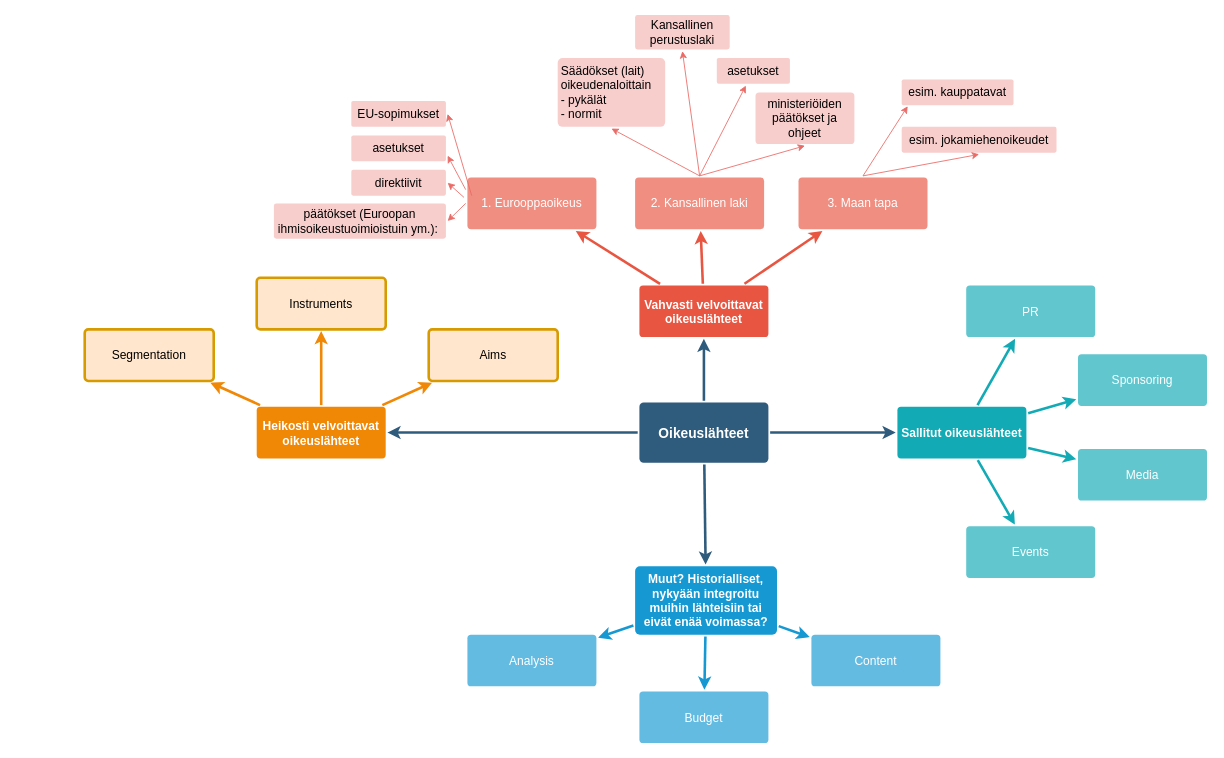
This is Untitled Diagram.drawio from fellower/docs, a draw.io file, before an edit. Source tidied: cells renumbered, new cells numbered last; positions are measured from the earlier drawing's top-left corner, leaving out a move shared by most shapes. Both pictures are drawn from the tidied source at 86%, with x=0, y=0 at pixel (84, 15).
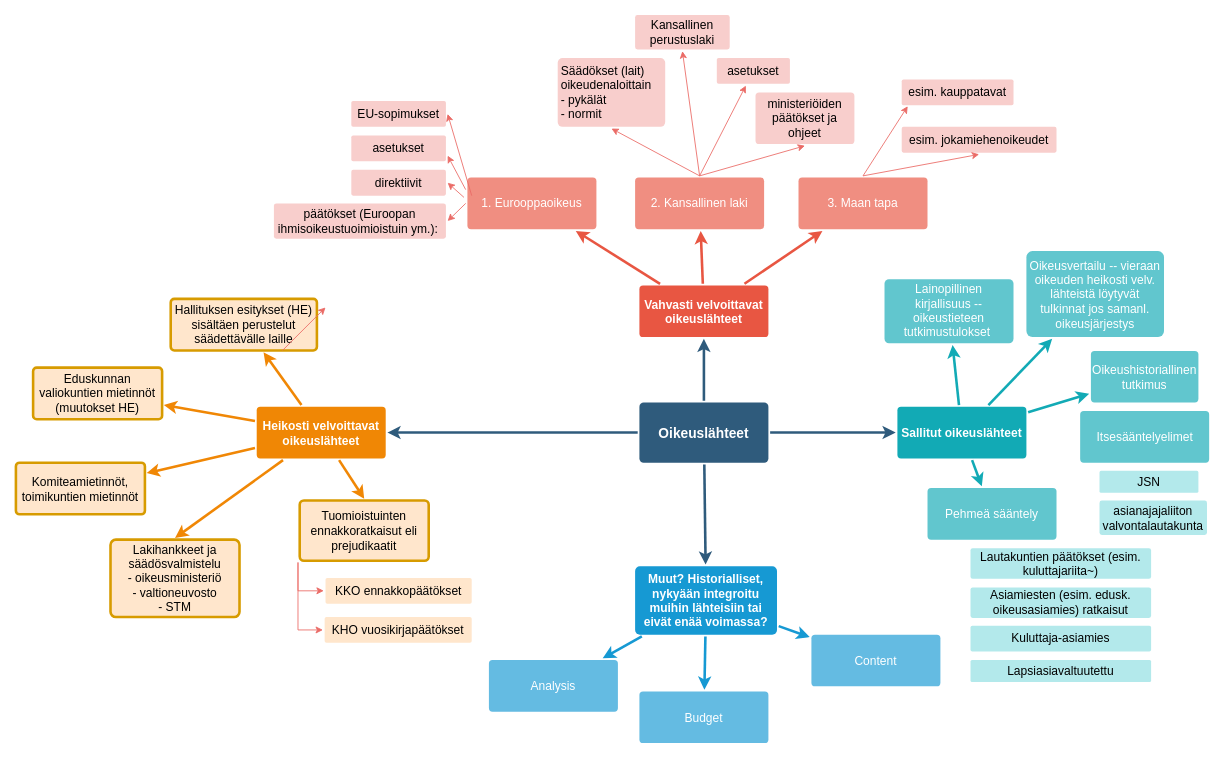
The same page after the edit.

Unchanged cells that the change refers to:
```xml
<mxCell id="21" value="Heikosti velvoittavat oikeuslähteet" style="rounded=1;whiteSpace=wrap;html=1;shadow=0;labelBackgroundColor=none;strokeColor=none;strokeWidth=3;fillColor=#F08705;fontFamily=Helvetica;fontSize=14;fontColor=#FFFFFF;align=center;spacing=5;fontStyle=1;arcSize=7;perimeterSpacing=2;" parent="1" vertex="1">
  <mxGeometry x="200" y="455.5" width="150" height="60" as="geometry" />
</mxCell>
```

Change to the diagram source:
```diff
@@
     <mxCell id="20" value="Analysis" style="rounded=1;whiteSpace=wrap;html=1;shadow=0;labelBackgroundColor=none;strokeColor=none;strokeWidth=3;fillColor=#64bbe2;fontFamily=Helvetica;fontSize=14;fontColor=#FFFFFF;align=center;spacing=5;arcSize=7;perimeterSpacing=2;" parent="1" vertex="1">
-      <mxGeometry x="445" y="720.5" width="150" height="60" as="geometry" />
+      <mxGeometry x="470" y="750" width="150" height="60" as="geometry" />
     </mxCell>
@@
-    <mxCell id="22" value="Aims&lt;br&gt;" style="rounded=1;whiteSpace=wrap;html=1;shadow=0;labelBackgroundColor=none;strokeColor=#d79b00;strokeWidth=3;fillColor=#ffe6cc;fontFamily=Helvetica;fontSize=14;align=center;spacing=5;arcSize=7;perimeterSpacing=2;" parent="1" vertex="1">
-      <mxGeometry x="400" y="365.5" width="150" height="60" as="geometry" />
+    <mxCell id="22" value="Hallituksen esitykset (HE) sisältäen perustelut säädettävälle laille" style="rounded=1;whiteSpace=wrap;html=1;shadow=0;labelBackgroundColor=none;strokeColor=#d79b00;strokeWidth=3;fillColor=#ffe6cc;fontFamily=Helvetica;fontSize=14;align=center;spacing=5;arcSize=7;perimeterSpacing=2;" parent="1" vertex="1">
+      <mxGeometry x="100" y="330" width="170" height="60" as="geometry" />
     </mxCell>
@@
-    <mxCell id="24" value="Instruments" style="rounded=1;whiteSpace=wrap;html=1;shadow=0;labelBackgroundColor=none;strokeColor=#d79b00;strokeWidth=3;fillColor=#ffe6cc;fontFamily=Helvetica;fontSize=14;align=center;spacing=5;arcSize=7;perimeterSpacing=2;" parent="1" vertex="1">
-      <mxGeometry x="200" y="305.5" width="150" height="60" as="geometry" />
+    <mxCell id="24" value="Eduskunnan valiokuntien mietinnöt (muutokset HE)" style="rounded=1;whiteSpace=wrap;html=1;shadow=0;labelBackgroundColor=none;strokeColor=#d79b00;strokeWidth=3;fillColor=#ffe6cc;fontFamily=Helvetica;fontSize=14;align=center;spacing=5;arcSize=7;perimeterSpacing=2;" parent="1" vertex="1">
+      <mxGeometry x="-60" y="410" width="150" height="60" as="geometry" />
     </mxCell>
@@
-    <mxCell id="26" value="Segmentation" style="rounded=1;whiteSpace=wrap;html=1;shadow=0;labelBackgroundColor=none;strokeColor=#d79b00;strokeWidth=3;fillColor=#ffe6cc;fontFamily=Helvetica;fontSize=14;align=center;spacing=5;arcSize=7;perimeterSpacing=2;" parent="1" vertex="1">
-      <mxGeometry y="365.5" width="150" height="60" as="geometry" />
+    <mxCell id="26" value="Komiteamietinnöt, toimikuntien mietinnöt" style="rounded=1;whiteSpace=wrap;html=1;shadow=0;labelBackgroundColor=none;strokeColor=#d79b00;strokeWidth=3;fillColor=#ffe6cc;fontFamily=Helvetica;fontSize=14;align=center;spacing=5;arcSize=7;perimeterSpacing=2;" parent="1" vertex="1">
+      <mxGeometry x="-80" y="520.5" width="150" height="60" as="geometry" />
     </mxCell>
@@
-    <mxCell id="29" value="Events" style="rounded=1;whiteSpace=wrap;html=1;shadow=0;labelBackgroundColor=none;strokeColor=none;strokeWidth=3;fillColor=#61c6ce;fontFamily=Helvetica;fontSize=14;fontColor=#FFFFFF;align=center;spacing=5;fontStyle=0;arcSize=7;perimeterSpacing=2;" parent="1" vertex="1">
-      <mxGeometry x="1025" y="594.5" width="150" height="60" as="geometry" />
+    <mxCell id="29" value="Pehmeä sääntely" style="rounded=1;whiteSpace=wrap;html=1;shadow=0;labelBackgroundColor=none;strokeColor=none;strokeWidth=3;fillColor=#61c6ce;fontFamily=Helvetica;fontSize=14;fontColor=#FFFFFF;align=center;spacing=5;fontStyle=0;arcSize=7;perimeterSpacing=2;" parent="1" vertex="1">
+      <mxGeometry x="980" y="550" width="150" height="60" as="geometry" />
     </mxCell>
@@
-    <mxCell id="31" value="Media" style="rounded=1;whiteSpace=wrap;html=1;shadow=0;labelBackgroundColor=none;strokeColor=none;strokeWidth=3;fillColor=#61c6ce;fontFamily=Helvetica;fontSize=14;fontColor=#FFFFFF;align=center;spacing=5;fontStyle=0;arcSize=7;perimeterSpacing=2;" parent="1" vertex="1">
-      <mxGeometry x="1155" y="504.5" width="150" height="60" as="geometry" />
+    <mxCell id="31" value="Oikeushistoriallinen tutkimus" style="rounded=1;whiteSpace=wrap;html=1;shadow=0;labelBackgroundColor=none;strokeColor=none;strokeWidth=3;fillColor=#61c6ce;fontFamily=Helvetica;fontSize=14;fontColor=#FFFFFF;align=center;spacing=5;fontStyle=0;arcSize=7;perimeterSpacing=2;" parent="1" vertex="1">
+      <mxGeometry x="1170" y="390.5" width="125" height="60" as="geometry" />
     </mxCell>
@@
-    <mxCell id="33" value="Sponsoring" style="rounded=1;whiteSpace=wrap;html=1;shadow=0;labelBackgroundColor=none;strokeColor=none;strokeWidth=3;fillColor=#61c6ce;fontFamily=Helvetica;fontSize=14;fontColor=#FFFFFF;align=center;spacing=5;fontStyle=0;arcSize=7;perimeterSpacing=2;" parent="1" vertex="1">
-      <mxGeometry x="1155" y="394.5" width="150" height="60" as="geometry" />
+    <mxCell id="33" value="Oikeusvertailu -- vieraan oikeuden heikosti velv. lähteistä löytyvät tulkinnat jos samanl. oikeusjärjestys" style="rounded=1;whiteSpace=wrap;html=1;shadow=0;labelBackgroundColor=none;strokeColor=none;strokeWidth=3;fillColor=#61c6ce;fontFamily=Helvetica;fontSize=14;fontColor=#FFFFFF;align=center;spacing=5;fontStyle=0;arcSize=7;perimeterSpacing=2;" parent="1" vertex="1">
+      <mxGeometry x="1095" y="274.5" width="160" height="100" as="geometry" />
     </mxCell>
@@
-    <mxCell id="35" value="PR" style="rounded=1;whiteSpace=wrap;html=1;shadow=0;labelBackgroundColor=none;strokeColor=none;strokeWidth=3;fillColor=#61c6ce;fontFamily=Helvetica;fontSize=14;fontColor=#FFFFFF;align=center;spacing=5;fontStyle=0;arcSize=7;perimeterSpacing=2;" parent="1" vertex="1">
-      <mxGeometry x="1025" y="314.5" width="150" height="60" as="geometry" />
+    <mxCell id="35" value="Lainopillinen kirjallisuus -- oikeustieteen tutkimustulokset&amp;nbsp;" style="rounded=1;whiteSpace=wrap;html=1;shadow=0;labelBackgroundColor=none;strokeColor=none;strokeWidth=3;fillColor=#61c6ce;fontFamily=Helvetica;fontSize=14;fontColor=#FFFFFF;align=center;spacing=5;fontStyle=0;arcSize=7;perimeterSpacing=2;" parent="1" vertex="1">
+      <mxGeometry x="930" y="307.2" width="150" height="74.5" as="geometry" />
     </mxCell>
@@
+    <mxCell id="57" value="Lakihankkeet ja säädösvalmistelu&lt;br&gt;- oikeusministeriö&lt;br&gt;- valtioneuvosto&lt;br&gt;- STM" style="rounded=1;whiteSpace=wrap;html=1;shadow=0;labelBackgroundColor=none;strokeColor=#d79b00;strokeWidth=3;fillColor=#ffe6cc;fontFamily=Helvetica;fontSize=14;align=center;spacing=5;arcSize=7;perimeterSpacing=2;" parent="1" vertex="1">
+      <mxGeometry x="30" y="610" width="150" height="90" as="geometry" />
+    </mxCell>
+    <mxCell id="58" style="edgeStyle=none;rounded=0;jumpStyle=none;html=1;shadow=0;labelBackgroundColor=none;startArrow=none;startFill=0;endArrow=classic;endFill=1;jettySize=auto;strokeColor=#F08705;strokeWidth=3;fontFamily=Helvetica;fontSize=14;fontColor=#FFFFFF;spacing=5;entryX=0.5;entryY=0;entryDx=0;entryDy=0;" parent="1" edge="1" source="21" target="57">
+      <mxGeometry relative="1" as="geometry" />
+    </mxCell>
+    <mxCell id="59" style="edgeStyle=orthogonalEdgeStyle;rounded=0;jettySize=auto;html=1;exitX=0;exitY=1;exitDx=0;exitDy=0;entryX=0;entryY=0.5;entryDx=0;entryDy=0;strokeColor=#EA6B66;fontColor=#000000;" parent="1" edge="1" source="60" target="62">
+      <mxGeometry relative="1" as="geometry">
+        <Array as="points">
+          <mxPoint x="248" y="670" />
+        </Array>
+      </mxGeometry>
+    </mxCell>
+    <mxCell id="60" value="Tuomioistuinten ennakkoratkaisut eli prejudikaatit" style="rounded=1;whiteSpace=wrap;html=1;shadow=0;labelBackgroundColor=none;strokeColor=#d79b00;strokeWidth=3;fillColor=#ffe6cc;fontFamily=Helvetica;fontSize=14;align=center;spacing=5;arcSize=7;perimeterSpacing=2;" parent="1" vertex="1">
+      <mxGeometry x="250" y="564.5" width="150" height="70" as="geometry" />
+    </mxCell>
+    <mxCell id="61" style="edgeStyle=none;rounded=0;jumpStyle=none;html=1;shadow=0;labelBackgroundColor=none;startArrow=none;startFill=0;endArrow=classic;endFill=1;jettySize=auto;strokeColor=#F08705;strokeWidth=3;fontFamily=Helvetica;fontSize=14;fontColor=#FFFFFF;spacing=5;entryX=0.5;entryY=0;entryDx=0;entryDy=0;" parent="1" edge="1" source="21" target="60">
+      <mxGeometry relative="1" as="geometry" />
+    </mxCell>
+    <mxCell id="62" value="KKO ennakkopäätökset" style="rounded=1;whiteSpace=wrap;html=1;shadow=0;labelBackgroundColor=none;strokeWidth=3;fontFamily=Helvetica;fontSize=14;align=center;spacing=5;fontStyle=0;arcSize=7;perimeterSpacing=2;strokeColor=none;fillColor=#FFE6CC;" parent="1" vertex="1">
+      <mxGeometry x="280" y="654.5" width="170" height="30" as="geometry" />
+    </mxCell>
+    <mxCell id="63" value="KHO vuosikirjapäätökset" style="rounded=1;whiteSpace=wrap;html=1;shadow=0;labelBackgroundColor=none;strokeWidth=3;fontFamily=Helvetica;fontSize=14;align=center;spacing=5;fontStyle=0;arcSize=7;perimeterSpacing=2;strokeColor=none;fillColor=#FFE6CC;" parent="1" vertex="1">
+      <mxGeometry x="279" y="700" width="171" height="30" as="geometry" />
+    </mxCell>
+    <mxCell id="64" style="endArrow=classic;html=1;strokeColor=#EA6B66;fontColor=#000000;" parent="1" edge="1">
+      <mxGeometry relative="1" as="geometry">
+        <mxPoint x="230" y="390" as="sourcePoint" />
+        <mxPoint x="280" y="340" as="targetPoint" />
+      </mxGeometry>
+    </mxCell>
+    <mxCell id="65" style="edgeStyle=orthogonalEdgeStyle;rounded=0;jettySize=auto;html=1;exitX=0;exitY=1;exitDx=0;exitDy=0;entryX=0;entryY=0.5;entryDx=0;entryDy=0;strokeColor=#EA6B66;fontColor=#000000;" parent="1" edge="1" source="60" target="63">
+      <mxGeometry relative="1" as="geometry">
+        <Array as="points">
+          <mxPoint x="248" y="715" />
+        </Array>
+      </mxGeometry>
+    </mxCell>
+    <mxCell id="66" value="Lautakuntien päätökset (esim. kuluttajariita~)" style="rounded=1;whiteSpace=wrap;html=1;shadow=0;labelBackgroundColor=none;strokeWidth=3;fontFamily=Helvetica;fontSize=14;align=center;spacing=5;fontStyle=0;arcSize=7;perimeterSpacing=2;strokeColor=none;fillColor=#B3E9EB;" parent="1" vertex="1">
+      <mxGeometry x="1030" y="620" width="210" height="35.5" as="geometry" />
+    </mxCell>
+    <mxCell id="67" value="Asiamiesten (esim. edusk. oikeusasiamies) ratkaisut" style="rounded=1;whiteSpace=wrap;html=1;shadow=0;labelBackgroundColor=none;strokeWidth=3;fontFamily=Helvetica;fontSize=14;align=center;spacing=5;fontStyle=0;arcSize=7;perimeterSpacing=2;strokeColor=none;fillColor=#B3E9EB;" parent="1" vertex="1">
+      <mxGeometry x="1030" y="665.5" width="210" height="35.5" as="geometry" />
+    </mxCell>
+    <mxCell id="68" value="Kuluttaja-asiamies" style="rounded=1;whiteSpace=wrap;html=1;shadow=0;labelBackgroundColor=none;strokeWidth=3;fontFamily=Helvetica;fontSize=14;align=center;spacing=5;fontStyle=0;arcSize=7;perimeterSpacing=2;strokeColor=none;fillColor=#B3E9EB;" parent="1" vertex="1">
+      <mxGeometry x="1030" y="710" width="210" height="30" as="geometry" />
+    </mxCell>
+    <mxCell id="69" value="Lapsiasiavaltuutettu" style="rounded=1;whiteSpace=wrap;html=1;shadow=0;labelBackgroundColor=none;strokeWidth=3;fontFamily=Helvetica;fontSize=14;align=center;spacing=5;fontStyle=0;arcSize=7;perimeterSpacing=2;strokeColor=none;fillColor=#B3E9EB;" parent="1" vertex="1">
+      <mxGeometry x="1030" y="750" width="210" height="25.5" as="geometry" />
+    </mxCell>
+    <mxCell id="70" value="Itsesääntelyelimet" style="rounded=1;whiteSpace=wrap;html=1;shadow=0;labelBackgroundColor=none;strokeColor=none;strokeWidth=3;fillColor=#61c6ce;fontFamily=Helvetica;fontSize=14;fontColor=#FFFFFF;align=center;spacing=5;fontStyle=0;arcSize=7;perimeterSpacing=2;" parent="1" vertex="1">
+      <mxGeometry x="1157.5" y="460.5" width="150" height="60" as="geometry" />
+    </mxCell>
+    <mxCell id="71" value="JSN" style="rounded=1;whiteSpace=wrap;html=1;shadow=0;labelBackgroundColor=none;strokeWidth=3;fontFamily=Helvetica;fontSize=14;align=center;spacing=5;fontStyle=0;arcSize=7;perimeterSpacing=2;strokeColor=none;fillColor=#B3E9EB;" parent="1" vertex="1">
+      <mxGeometry x="1180" y="530" width="115" height="25.5" as="geometry" />
+    </mxCell>
+    <mxCell id="72" value="asianajajaliiton valvontalautakunta" style="rounded=1;whiteSpace=wrap;html=1;shadow=0;labelBackgroundColor=none;strokeWidth=3;fontFamily=Helvetica;fontSize=14;align=center;spacing=5;fontStyle=0;arcSize=7;perimeterSpacing=2;strokeColor=none;fillColor=#B3E9EB;" parent="1" vertex="1">
+      <mxGeometry x="1180" y="564.5" width="125" height="40" as="geometry" />
+    </mxCell>
```
